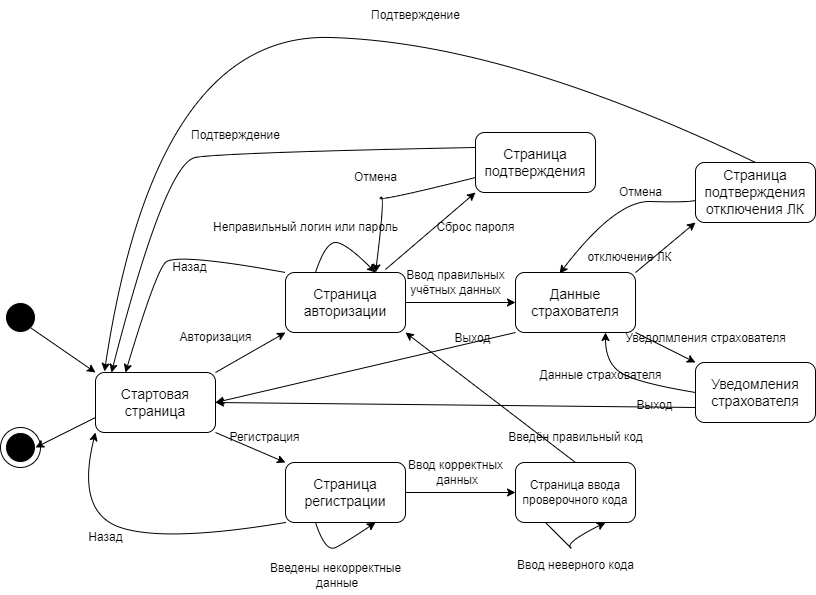
The draw.io diagram src/main/resources/documentation/Граф диалога.png in VladBaton/vlk, before a commit. Source tidied: cells renumbered, new cells last; positions are measured from the earlier drawing's top-left corner, leaving out a move shared by most shapes.
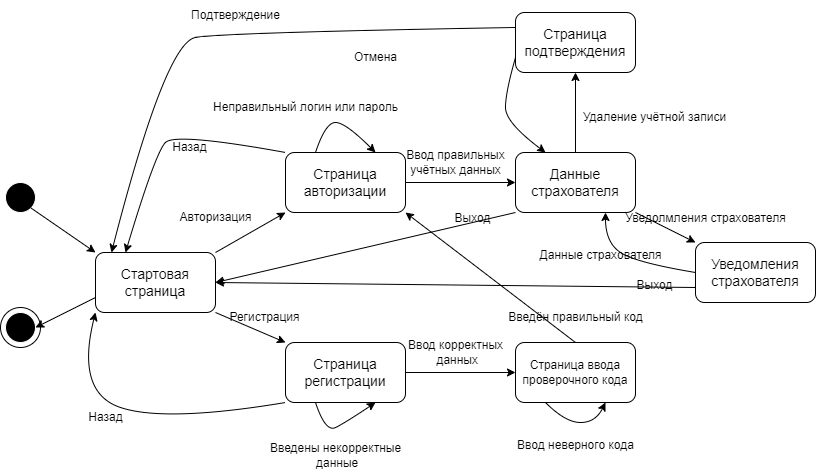
After the change.

What changed in the source:
```diff
@@ -132,8 +132,8 @@
     <mxCell id="36" style="curved=1;endArrow=classic;html=1;rounded=0;exitX=0.25;exitY=1;exitDx=0;exitDy=0;entryX=0.75;entryY=1;entryDx=0;entryDy=0;" parent="1" edge="1" source="14" target="14">
       <mxGeometry relative="1" as="geometry">
         <Array as="points">
-          <mxPoint x="575" y="552" />
           <mxPoint x="565" y="542" />
+          <mxPoint x="595" y="542" />
         </Array>
       </mxGeometry>
     </mxCell>
@@ -147,19 +147,19 @@
       <mxGeometry x="495" y="422" width="160" height="30" as="geometry" />
     </mxCell>
     <mxCell id="40" value="Страница подтверждения" style="rounded=1;whiteSpace=wrap;html=1;fontSize=14;" parent="1" vertex="1">
-      <mxGeometry x="475" y="132" width="120" height="60" as="geometry" />
+      <mxGeometry x="515" y="132" width="120" height="60" as="geometry" />
     </mxCell>
-    <mxCell id="41" style="endArrow=classic;html=1;rounded=0;exitX=0.833;exitY=-0.05;exitDx=0;exitDy=0;exitPerimeter=0;entryX=0;entryY=1;entryDx=0;entryDy=0;" parent="1" edge="1" source="6" target="40">
+    <mxCell id="41" style="endArrow=classic;html=1;rounded=0;exitX=0.5;exitY=0;exitDx=0;exitDy=0;entryX=0.5;entryY=1;entryDx=0;entryDy=0;" parent="1" edge="1" source="25" target="40">
       <mxGeometry relative="1" as="geometry" />
     </mxCell>
-    <mxCell id="42" value="Сброс пароля" style="text;html=1;align=center;verticalAlign=middle;strokeColor=none;fillColor=none;" parent="1" vertex="1">
-      <mxGeometry x="425" y="212" width="100" height="30" as="geometry" />
+    <mxCell id="42" value="Удаление учётной записи" style="text;html=1;align=center;verticalAlign=middle;strokeColor=none;fillColor=none;" parent="1" vertex="1">
+      <mxGeometry x="569" y="222" width="170" height="30" as="geometry" />
     </mxCell>
-    <mxCell id="43" style="curved=1;endArrow=classic;html=1;rounded=0;exitX=0;exitY=0.75;exitDx=0;exitDy=0;entryX=0.75;entryY=0;entryDx=0;entryDy=0;" parent="1" edge="1" source="40" target="6">
+    <mxCell id="43" style="curved=1;endArrow=classic;html=1;rounded=0;exitX=0;exitY=0.75;exitDx=0;exitDy=0;entryX=0.25;entryY=0;entryDx=0;entryDy=0;" parent="1" edge="1" source="40" target="25">
       <mxGeometry relative="1" as="geometry">
         <Array as="points">
-          <mxPoint x="375" y="202" />
-          <mxPoint x="385" y="192" />
+          <mxPoint x="505" y="212" />
+          <mxPoint x="505" y="242" />
         </Array>
       </mxGeometry>
     </mxCell>
@@ -180,36 +180,5 @@
     <mxCell id="47" value="Выход" style="text;html=1;align=center;verticalAlign=middle;strokeColor=none;fillColor=none;" parent="1" vertex="1">
       <mxGeometry x="442" y="323" width="60" height="30" as="geometry" />
     </mxCell>
-    <mxCell id="48" value="Страница подтверждения отключения ЛК" style="rounded=1;whiteSpace=wrap;html=1;fontSize=14;" parent="1" vertex="1">
-      <mxGeometry x="695" y="162" width="120" height="60" as="geometry" />
-    </mxCell>
-    <mxCell id="49" style="endArrow=classic;html=1;rounded=0;entryX=0;entryY=1;entryDx=0;entryDy=0;exitX=1;exitY=0;exitDx=0;exitDy=0;" parent="1" edge="1" source="25" target="48">
-      <mxGeometry relative="1" as="geometry" />
-    </mxCell>
-    <mxCell id="50" value="отключение ЛК" style="text;html=1;align=center;verticalAlign=middle;strokeColor=none;fillColor=none;" parent="1" vertex="1">
-      <mxGeometry x="574" y="242" width="110" height="30" as="geometry" />
-    </mxCell>
-    <mxCell id="51" style="curved=1;endArrow=classic;html=1;rounded=0;exitX=0;exitY=0.633;exitDx=0;exitDy=0;exitPerimeter=0;entryX=0.367;entryY=0.017;entryDx=0;entryDy=0;entryPerimeter=0;" parent="1" edge="1" source="48" target="25">
-      <mxGeometry relative="1" as="geometry">
-        <Array as="points">
-          <mxPoint x="685" y="202" />
-          <mxPoint x="615" y="200" />
-        </Array>
-      </mxGeometry>
-    </mxCell>
-    <mxCell id="52" value="Отмена" style="text;html=1;align=center;verticalAlign=middle;strokeColor=none;fillColor=none;" parent="1" vertex="1">
-      <mxGeometry x="605" y="177" width="70" height="30" as="geometry" />
-    </mxCell>
-    <mxCell id="53" style="curved=1;endArrow=classic;html=1;rounded=0;exitX=0.5;exitY=0;exitDx=0;exitDy=0;entryX=0.075;entryY=-0.017;entryDx=0;entryDy=0;entryPerimeter=0;" parent="1" edge="1" source="48" target="4">
-      <mxGeometry relative="1" as="geometry">
-        <Array as="points">
-          <mxPoint x="505" y="42" />
-          <mxPoint x="155" y="32" />
-        </Array>
-      </mxGeometry>
-    </mxCell>
-    <mxCell id="54" value="Подтверждение" style="text;html=1;align=center;verticalAlign=middle;strokeColor=none;fillColor=none;" parent="1" vertex="1">
-      <mxGeometry x="360" width="110" height="30" as="geometry" />
-    </mxCell>
   </root>
 </mxGraphModel>
```
